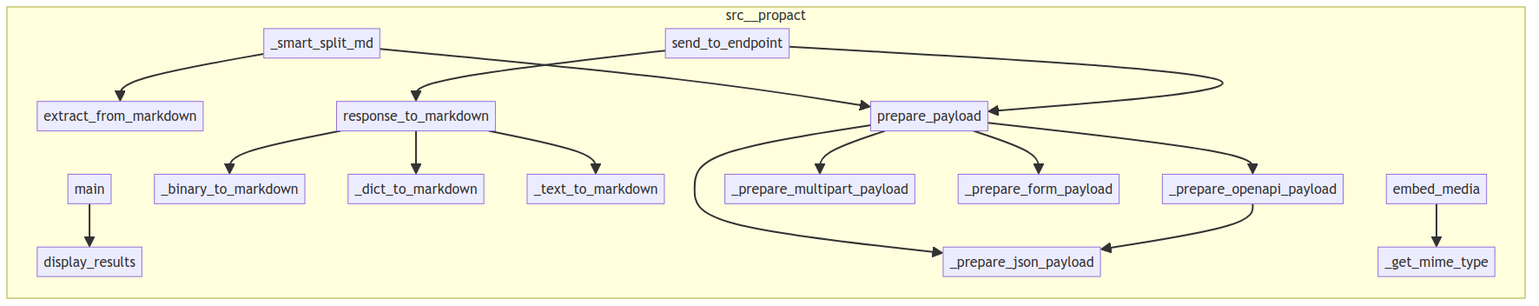
This is project/calls.png from pactown-com/propact, a Mermaid export, as it was before one commit. Its source is kept beside it as project/calls.mmd.
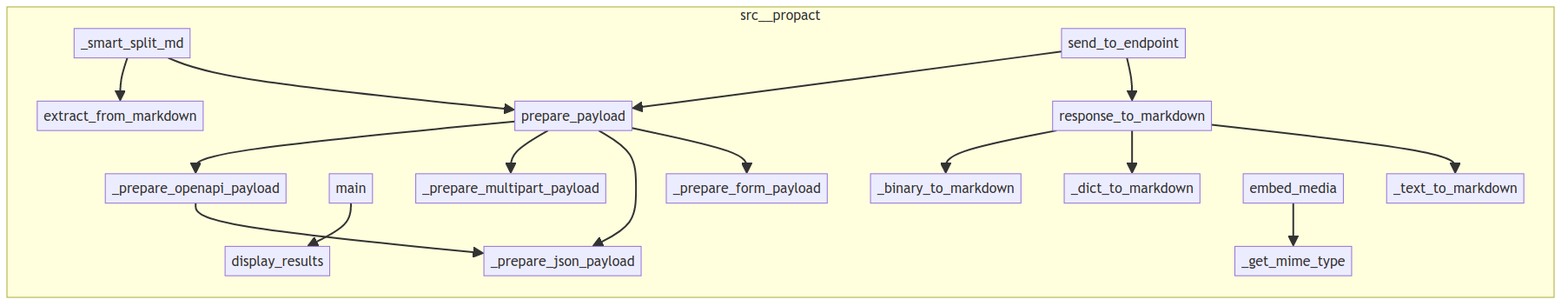
The same file after the commit.

The edit, as a diff of the source:
```diff
@@ -1,27 +1,47 @@
 flowchart LR
     subgraph src__propact
+        src__propact__config__get_websocket_config["get_websocket_config"]
+        src__propact__converter__MDConverter__response_to_markdown["response_to_markdown"]
+        src__propact__converter__MDConverter___prepare_json_payload["_prepare_json_payload"]
+        src__propact__converter__MDConverter___text_to_markdown["_text_to_markdown"]
+        src__propact__config__get_openai_config["get_openai_config"]
+        src__propact__config__get_server_config["get_server_config"]
+        src__propact__adapters__EmailAdapter____init__["__init__"]
         src__propact__enhanced__Propact__send_to_endpoint["send_to_endpoint"]
-        src__propact__converter__MDConverter___text_to_markdown["_text_to_markdown"]
+        src__propact__converter__MDConverter___prepare_form_payload["_prepare_form_payload"]
+        src__propact__converter__MDConverter___prepare_multipart_payload["_prepare_multipart_payload"]
+        src__propact__config__get_config["get_config"]
+        src__propact__enhanced__Propact___smart_split_md["_smart_split_md"]
+        src__propact__config__is_test_mode["is_test_mode"]
+        src__propact__cli__main["main"]
+        src__propact__config__get_mqtt_config["get_mqtt_config"]
+        src__propact__converter__MDConverter___dict_to_markdown["_dict_to_markdown"]
+        src__propact__converter__MDConverter___prepare_openapi_payload["_prepare_openapi_payload"]
+        src__propact__config__get_smtp_config["get_smtp_config"]
+        src__propact__converter__MDConverter___get_mime_type["_get_mime_type"]
+        src__propact__converter__MDConverter__embed_media["embed_media"]
+        src__propact__config__is_debug["is_debug"]
+        src__propact__config__get_grpc_config["get_grpc_config"]
+        src__propact__converter__MDConverter___binary_to_markdown["_binary_to_markdown"]
         src__propact__converter__MDConverter__extract_from_markdown["extract_from_markdown"]
-        src__propact__converter__MDConverter___prepare_form_payload["_prepare_form_payload"]
-        src__propact__converter__MDConverter___binary_to_markdown["_binary_to_markdown"]
-        src__propact__converter__MDConverter__response_to_markdown["response_to_markdown"]
-        src__propact__enhanced__Propact___smart_split_md["_smart_split_md"]
-        src__propact__cli__main["main"]
-        src__propact__converter__MDConverter___dict_to_markdown["_dict_to_markdown"]
         src__propact__converter__MDConverter__prepare_payload["prepare_payload"]
-        src__propact__converter__MDConverter___prepare_openapi_payload["_prepare_openapi_payload"]
-        src__propact__cli__display_results["display_results"]
-        src__propact__converter__MDConverter___prepare_multipart_payload["_prepare_multipart_payload"]
-        src__propact__converter__MDConverter___prepare_json_payload["_prepare_json_payload"]
-        src__propact__converter__MDConverter__embed_media["embed_media"]
-        src__propact__converter__MDConverter___get_mime_type["_get_mime_type"]
+        src__propact__adapters__MQTTAdapter__send["send"]
     end
-    src__propact__cli__main --> src__propact__cli__display_results
+    src__propact__cli__main --> src__propact__config__get_server_config
+    src__propact__adapters__MQTTAdapter__send --> src__propact__config__get_mqtt_config
+    src__propact__adapters__EmailAdapter____init__ --> src__propact__config__get_smtp_config
     src__propact__enhanced__Propact___smart_split_md --> src__propact__converter__MDConverter__extract_from_markdown
     src__propact__enhanced__Propact___smart_split_md --> src__propact__converter__MDConverter__prepare_payload
     src__propact__enhanced__Propact__send_to_endpoint --> src__propact__converter__MDConverter__prepare_payload
     src__propact__enhanced__Propact__send_to_endpoint --> src__propact__converter__MDConverter__response_to_markdown
+    src__propact__config__get_openai_config --> src__propact__config__get_config
+    src__propact__config__get_grpc_config --> src__propact__config__get_config
+    src__propact__config__get_mqtt_config --> src__propact__config__get_config
+    src__propact__config__get_smtp_config --> src__propact__config__get_config
+    src__propact__config__get_websocket_config --> src__propact__config__get_config
+    src__propact__config__get_server_config --> src__propact__config__get_config
+    src__propact__config__is_debug --> src__propact__config__get_config
+    src__propact__config__is_test_mode --> src__propact__config__get_config
     src__propact__converter__MDConverter__response_to_markdown --> src__propact__converter__MDConverter___binary_to_markdown
     src__propact__converter__MDConverter__response_to_markdown --> src__propact__converter__MDConverter___dict_to_markdown
     src__propact__converter__MDConverter__response_to_markdown --> src__propact__converter__MDConverter___text_to_markdown
```
